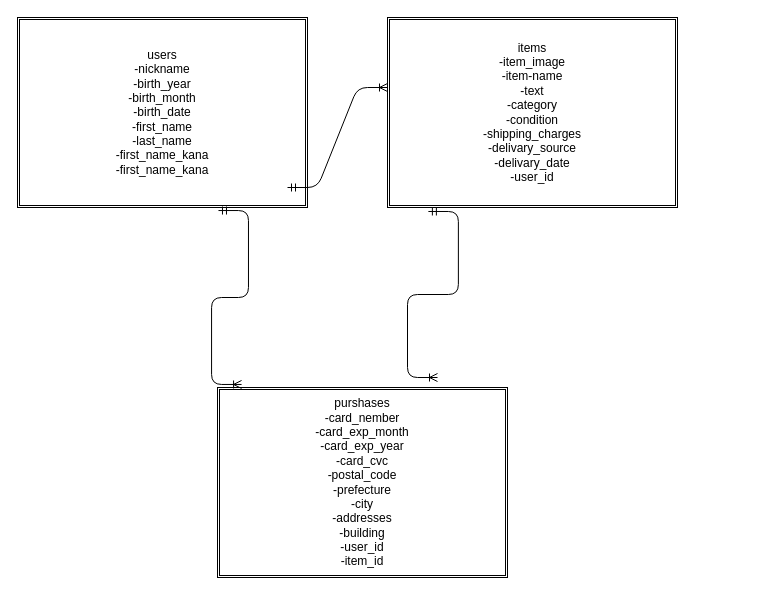
Earlier version of the draw.io diagram test.dio (ryotanakatsuka/furima-30432). Source tidied: cells renumbered, new cells numbered last; positions are measured from the earlier drawing's top-left corner, leaving out a move shared by most shapes. Both pictures are drawn from the tidied source at 100%, with x=0, y=0 at pixel (17, 17).
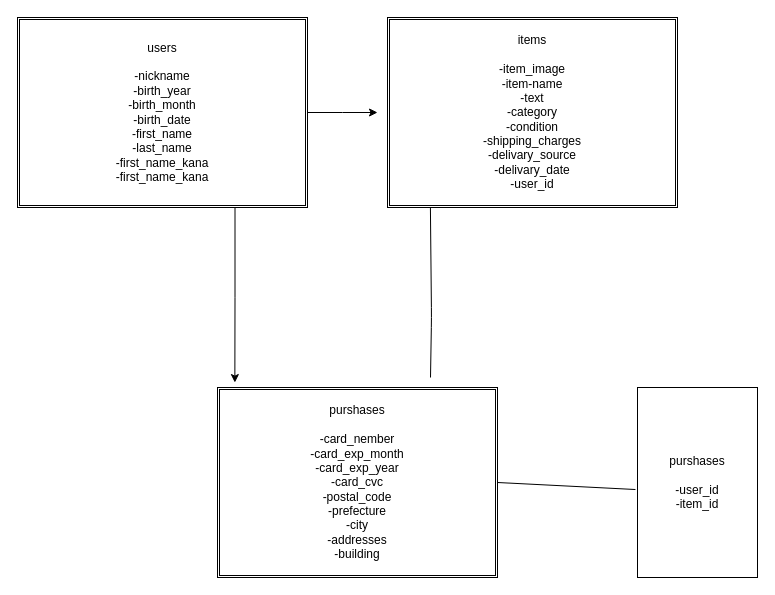
The same page after the edit.

Commit message (it also covers changes not shown here):
指摘箇所修正

The edit, as a diff of the source:
```diff
@@
 <mxGraphModel>
   <root>
     <mxCell id="0" />
     <mxCell id="1" parent="0" />
+    <mxCell id="8" style="edgeStyle=orthogonalEdgeStyle;rounded=0;jettySize=auto;html=1;exitX=1;exitY=0.5;exitDx=0;exitDy=0;" parent="1" edge="1" source="2">
+      <mxGeometry relative="1" as="geometry">
+        <mxPoint x="360" y="95" as="targetPoint" />
+      </mxGeometry>
+    </mxCell>
+    <mxCell id="7" style="edgeStyle=orthogonalEdgeStyle;rounded=0;jettySize=auto;html=1;exitX=0.75;exitY=1;exitDx=0;exitDy=0;entryX=0.062;entryY=-0.026;entryDx=0;entryDy=0;entryPerimeter=0;" parent="1" edge="1" source="2" target="4">
+      <mxGeometry relative="1" as="geometry" />
+    </mxCell>
-    <mxCell id="2" value="users&lt;br&gt;-nickname&lt;br&gt;-birth_year&lt;br&gt;-birth_month&lt;br&gt;-birth_date&lt;br&gt;-first_name&lt;br&gt;-last_name&lt;br&gt;-first_name_kana&lt;br&gt;-first_name_kana" style="shape=ext;double=1;rounded=0;whiteSpace=wrap;html=1;" parent="1" vertex="1">
+    <mxCell id="2" value="users&lt;br&gt;&lt;br&gt;-nickname&lt;br&gt;-birth_year&lt;br&gt;-birth_month&lt;br&gt;-birth_date&lt;br&gt;-first_name&lt;br&gt;-last_name&lt;br&gt;-first_name_kana&lt;br&gt;-first_name_kana" style="shape=ext;double=1;rounded=0;whiteSpace=wrap;html=1;" parent="1" vertex="1">
       <mxGeometry width="290" height="190" as="geometry" />
     </mxCell>
-    <mxCell id="3" value="items&lt;br&gt;-item_image&lt;br&gt;-item-name&lt;br&gt;-text&lt;br&gt;-category&lt;br&gt;-condition&lt;br&gt;-shipping_charges&lt;br&gt;-delivary_source&lt;br&gt;-delivary_date&lt;br&gt;-user_id" style="shape=ext;double=1;rounded=0;whiteSpace=wrap;html=1;" parent="1" vertex="1">
+    <mxCell id="3" value="items&lt;br&gt;&lt;br&gt;-item_image&lt;br&gt;-item-name&lt;br&gt;-text&lt;br&gt;-category&lt;br&gt;-condition&lt;br&gt;-shipping_charges&lt;br&gt;-delivary_source&lt;br&gt;-delivary_date&lt;br&gt;-user_id" style="shape=ext;double=1;rounded=0;whiteSpace=wrap;html=1;" parent="1" vertex="1">
       <mxGeometry x="370" width="290" height="190" as="geometry" />
     </mxCell>
-    <mxCell id="4" value="purshases&lt;br&gt;-card_nember&lt;br&gt;-card_exp_month&lt;br&gt;-card_exp_year&lt;br&gt;-card_cvc&lt;br&gt;-postal_code&lt;br&gt;-prefecture&lt;br&gt;-city&lt;br&gt;-addresses&lt;br&gt;-building&lt;br&gt;-user_id&lt;br&gt;-item_id" style="shape=ext;double=1;rounded=0;whiteSpace=wrap;html=1;" parent="1" vertex="1">
-      <mxGeometry x="200" y="370" width="290" height="190" as="geometry" />
+    <mxCell id="4" value="purshases&lt;br&gt;&lt;br&gt;-card_nember&lt;br&gt;-card_exp_month&lt;br&gt;-card_exp_year&lt;br&gt;-card_cvc&lt;br&gt;-postal_code&lt;br&gt;-prefecture&lt;br&gt;-city&lt;br&gt;-addresses&lt;br&gt;-building&lt;br&gt;" style="shape=ext;double=1;rounded=0;whiteSpace=wrap;html=1;" parent="1" vertex="1">
+      <mxGeometry x="200" y="370" width="280" height="190" as="geometry" />
     </mxCell>
-    <mxCell id="5" style="edgeStyle=entityRelationEdgeStyle;fontSize=12;html=1;endArrow=ERoneToMany;startArrow=ERmandOne;" parent="1" edge="1">
-      <mxGeometry relative="1" as="geometry">
-        <mxPoint x="270" y="170" as="sourcePoint" />
-        <mxPoint x="370" y="70" as="targetPoint" />
-      </mxGeometry>
-    </mxCell>
-    <mxCell id="6" style="edgeStyle=entityRelationEdgeStyle;fontSize=12;html=1;endArrow=ERoneToMany;startArrow=ERmandOne;exitX=0.141;exitY=1.021;exitDx=0;exitDy=0;exitPerimeter=0;" parent="1" edge="1" source="3">
-      <mxGeometry relative="1" as="geometry">
-        <mxPoint x="420" y="360" as="targetPoint" />
-      </mxGeometry>
-    </mxCell>
-    <mxCell id="7" style="edgeStyle=entityRelationEdgeStyle;fontSize=12;html=1;endArrow=ERoneToMany;startArrow=ERmandOne;exitX=0.693;exitY=1.016;exitDx=0;exitDy=0;exitPerimeter=0;entryX=0.083;entryY=-0.016;entryDx=0;entryDy=0;entryPerimeter=0;" parent="1" edge="1" source="2" target="4">
-      <mxGeometry relative="1" as="geometry" />
-    </mxCell>
+    <mxCell id="9" value="&lt;span&gt;purshases&lt;br&gt;&lt;br&gt;&lt;/span&gt;-user_id&lt;br&gt;-item_id&lt;span&gt;&lt;br&gt;&lt;/span&gt;" style="rounded=0;whiteSpace=wrap;html=1;" parent="1" vertex="1">
+      <mxGeometry x="620" y="370" width="120" height="190" as="geometry" />
+    </mxCell>
+    <mxCell id="10" style="endArrow=none;html=1;entryX=0.148;entryY=1;entryDx=0;entryDy=0;entryPerimeter=0;" parent="1" edge="1" target="3">
+      <mxGeometry relative="1" as="geometry">
+        <mxPoint x="413" y="360" as="sourcePoint" />
+        <Array as="points">
+          <mxPoint x="414" y="300" />
+        </Array>
+      </mxGeometry>
+    </mxCell>
+    <mxCell id="11" style="endArrow=none;html=1;entryX=-0.017;entryY=0.537;entryDx=0;entryDy=0;entryPerimeter=0;exitX=1;exitY=0.5;exitDx=0;exitDy=0;" parent="1" edge="1" source="4" target="9">
+      <mxGeometry relative="1" as="geometry" />
+    </mxCell>
   </root>
 </mxGraphModel>
```
